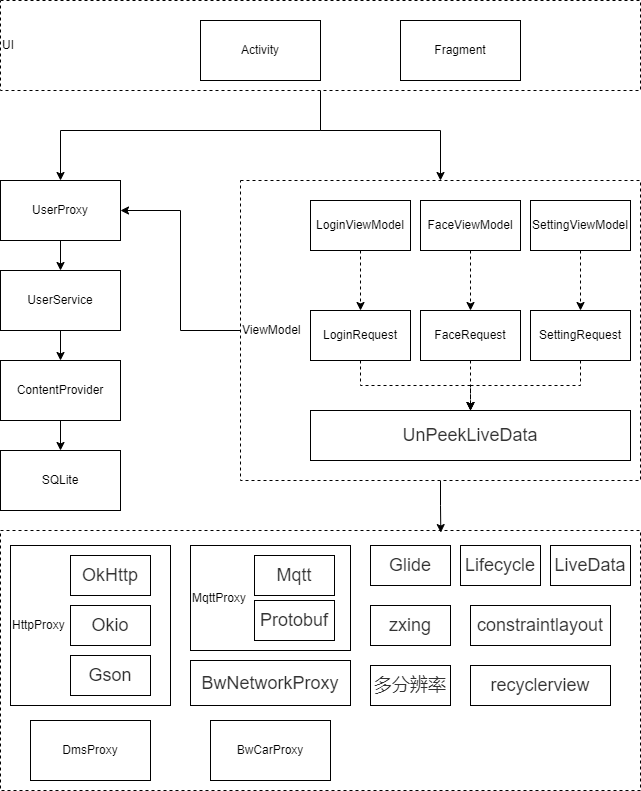
The draw.io diagram x9hp/用户管理应用架构图.png in notigit/Image, before a commit. Source tidied: cells renumbered, new cells last; positions are measured from the earlier drawing's top-left corner, leaving out a move shared by most shapes.
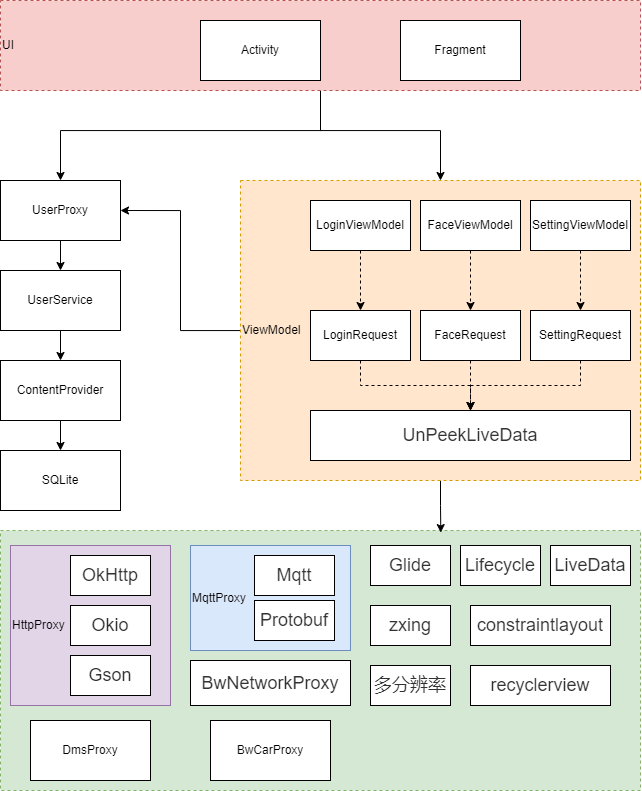
After the commit.

Commit message:
更新用户管理应用架构图.png

Change to the diagram source:
```diff
@@ -2,7 +2,7 @@
   <root>
     <mxCell id="0" />
     <mxCell id="1" parent="0" />
-    <mxCell id="2" style="rounded=0;whiteSpace=wrap;html=1;dashed=1;strokeWidth=1;" parent="1" vertex="1">
+    <mxCell id="2" style="rounded=0;whiteSpace=wrap;html=1;dashed=1;strokeWidth=1;fillColor=#d5e8d4;strokeColor=#82b366;" parent="1" vertex="1">
       <mxGeometry y="530" width="640" height="260" as="geometry" />
     </mxCell>
     <mxCell id="3" style="edgeStyle=orthogonalEdgeStyle;rounded=0;jettySize=auto;html=1;" parent="1" edge="1" source="5" target="9">
@@ -21,7 +21,7 @@
         </Array>
       </mxGeometry>
     </mxCell>
-    <mxCell id="5" value="UI" style="rounded=0;whiteSpace=wrap;html=1;dashed=1;align=left;strokeWidth=1;spacing=2;" parent="1" vertex="1">
+    <mxCell id="5" value="UI" style="rounded=0;whiteSpace=wrap;html=1;dashed=1;align=left;strokeWidth=1;spacing=2;fillColor=#f8cecc;strokeColor=#b85450;" parent="1" vertex="1">
       <mxGeometry width="640" height="90" as="geometry" />
     </mxCell>
     <mxCell id="6" value="Activity" style="rounded=0;whiteSpace=wrap;html=1;" parent="1" vertex="1">
@@ -42,7 +42,7 @@
     <mxCell id="11" style="edgeStyle=orthogonalEdgeStyle;rounded=0;jettySize=auto;html=1;entryX=1;entryY=0.5;entryDx=0;entryDy=0;" parent="1" edge="1" source="12" target="9">
       <mxGeometry relative="1" as="geometry" />
     </mxCell>
-    <mxCell id="12" value="ViewModel" style="rounded=0;whiteSpace=wrap;html=1;align=left;dashed=1;" parent="1" vertex="1">
+    <mxCell id="12" value="ViewModel" style="rounded=0;whiteSpace=wrap;html=1;align=left;dashed=1;fillColor=#ffe6cc;strokeColor=#d79b00;" parent="1" vertex="1">
       <mxGeometry x="240" y="180" width="400" height="300" as="geometry" />
     </mxCell>
     <mxCell id="13" style="edgeStyle=orthogonalEdgeStyle;rounded=0;jettySize=auto;html=1;entryX=0.5;entryY=0;entryDx=0;entryDy=0;" parent="1" edge="1" source="14" target="16">
@@ -57,10 +57,10 @@
     <mxCell id="16" value="ContentProvider" style="rounded=0;whiteSpace=wrap;html=1;" parent="1" vertex="1">
       <mxGeometry y="360" width="120" height="60" as="geometry" />
     </mxCell>
-    <mxCell id="17" value="HttpProxy" style="rounded=0;whiteSpace=wrap;html=1;align=left;" parent="1" vertex="1">
+    <mxCell id="17" value="HttpProxy" style="rounded=0;whiteSpace=wrap;html=1;align=left;fillColor=#e1d5e7;strokeColor=#9673a6;" parent="1" vertex="1">
       <mxGeometry x="10" y="545" width="160" height="160" as="geometry" />
     </mxCell>
-    <mxCell id="18" value="MqttProxy" style="rounded=0;whiteSpace=wrap;html=1;align=left;" parent="1" vertex="1">
+    <mxCell id="18" value="MqttProxy" style="rounded=0;whiteSpace=wrap;html=1;align=left;fillColor=#dae8fc;strokeColor=#6c8ebf;" parent="1" vertex="1">
       <mxGeometry x="190" y="545" width="160" height="105" as="geometry" />
     </mxCell>
     <mxCell id="19" value="DmsProxy" style="rounded=0;whiteSpace=wrap;html=1;" parent="1" vertex="1">
```
